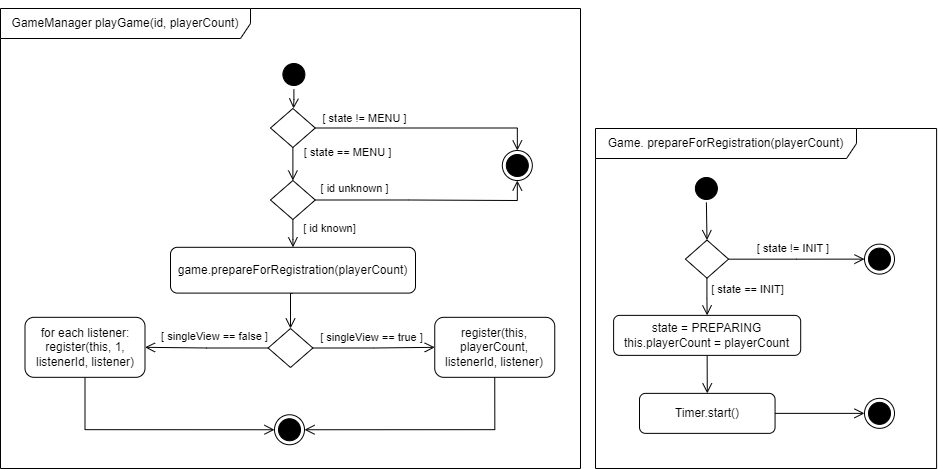
Above: Dokumentation/App/diagrams/laufzeit/activity_start1.png in sckoenig/Distributed-Tron (draw.io), before the change. Source tidied: cells renumbered, new cells last; positions are measured from the earlier drawing's top-left corner, leaving out a move shared by most shapes.
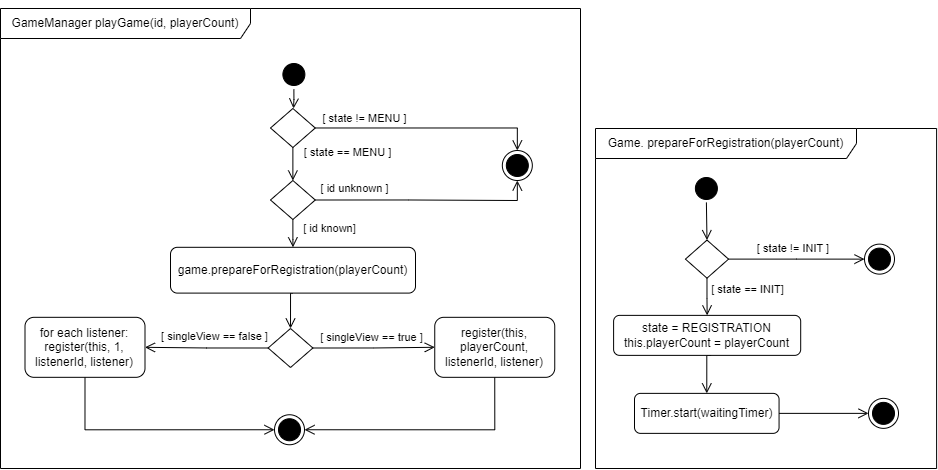
After the commit.

What changed in the source:
```diff
@@ -59,7 +59,7 @@
       </mxGeometry>
     </mxCell>
     <mxCell id="18" style="ellipse;html=1;shape=endState;fillColor=#000000;strokeColor=#000000;fontSize=11;sketch=0;" parent="1" vertex="1">
-      <mxGeometry x="864" y="397.9" width="30" height="30" as="geometry" />
+      <mxGeometry x="868" y="397.9" width="30" height="30" as="geometry" />
     </mxCell>
     <mxCell id="19" style="edgeStyle=orthogonalEdgeStyle;rounded=0;jettySize=auto;html=1;entryX=0;entryY=0.5;entryDx=0;entryDy=0;endArrow=open;endFill=0;endSize=8;" parent="1" edge="1" source="23" target="25">
       <mxGeometry relative="1" as="geometry" />
@@ -80,16 +80,18 @@
     <mxCell id="23" style="rhombus;whiteSpace=wrap;html=1;" parent="1" vertex="1">
       <mxGeometry x="684.9" y="239.6" width="43.1" height="38.1" as="geometry" />
     </mxCell>
-    <mxCell id="24" value="Timer.start()" style="rounded=1;whiteSpace=wrap;html=1;" parent="1" vertex="1">
-      <mxGeometry x="639" y="392.9" width="135.6" height="40" as="geometry" />
+    <mxCell id="24" value="Timer.start(waitingTimer)" style="rounded=1;whiteSpace=wrap;html=1;" parent="1" vertex="1">
+      <mxGeometry x="634" y="392.9" width="144.6" height="40" as="geometry" />
     </mxCell>
     <mxCell id="25" style="ellipse;html=1;shape=endState;fillColor=#000000;strokeColor=#000000;fontSize=11;sketch=0;" parent="1" vertex="1">
       <mxGeometry x="864" y="243.6" width="30" height="30" as="geometry" />
     </mxCell>
-    <mxCell id="26" style="edgeStyle=orthogonalEdgeStyle;rounded=0;jettySize=auto;html=1;exitX=0.5;exitY=1;exitDx=0;exitDy=0;entryX=0.5;entryY=0;entryDx=0;entryDy=0;endArrow=open;endFill=0;endSize=8;" parent="1" edge="1" source="27" target="24">
-      <mxGeometry relative="1" as="geometry" />
+    <mxCell id="26" style="edgeStyle=orthogonalEdgeStyle;rounded=0;jettySize=auto;html=1;exitX=0.5;exitY=1;exitDx=0;exitDy=0;entryX=0.5;entryY=0;entryDx=0;entryDy=0;endArrow=open;endFill=0;endSize=8;" parent="1" edge="1" target="24">
+      <mxGeometry relative="1" as="geometry">
+        <mxPoint x="710.6" y="354.9" as="sourcePoint" />
+      </mxGeometry>
     </mxCell>
-    <mxCell id="27" value="state = PREPARING&lt;br&gt;this.playerCount = playerCount" style="rounded=1;whiteSpace=wrap;html=1;" parent="1" vertex="1">
+    <mxCell id="27" value="state = REGISTRATION&lt;br&gt;this.playerCount = playerCount" style="rounded=1;whiteSpace=wrap;html=1;" parent="1" vertex="1">
       <mxGeometry x="613.1" y="314.9" width="187.1" height="40" as="geometry" />
     </mxCell>
     <mxCell id="28" style="edgeStyle=orthogonalEdgeStyle;rounded=0;jettySize=auto;html=1;exitX=1;exitY=0.5;exitDx=0;exitDy=0;entryX=0;entryY=0.5;entryDx=0;entryDy=0;endArrow=open;endFill=0;endSize=8;" parent="1" edge="1" source="24" target="18">
```
